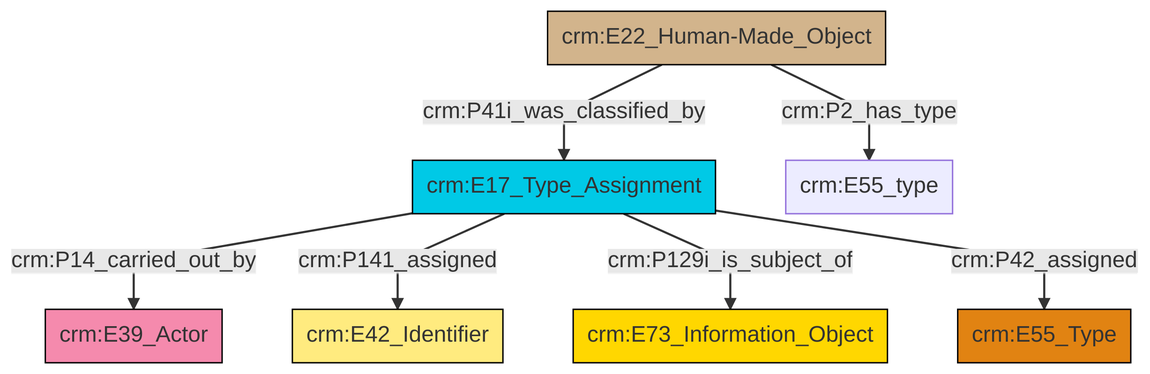
The Mermaid diagram et/builtWorkCSV/ttl/mmd/png/Built_Work_designation_status.png in swiss-art-research-net/reference-data-models, before a commit. Its source is kept beside it as et/builtWorkCSV/ttl/mmd/Built_Work_designation_status.ttl.mmd.
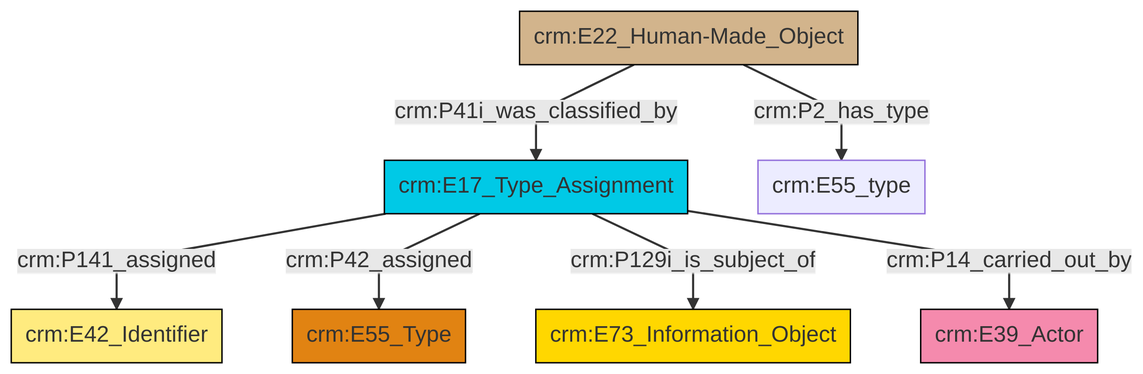
Later version of the same file.

Change to the diagram source:
```diff
@@ -13,9 +13,9 @@
 classDef PC_Classes fill:#4ce600, stroke:#000000;
 classDef Multi fill:#cccccc,stroke:#000000;
 
-0["crm:E17_Type_Assignment"]:::Temporal_Entity -->|crm:P14_carried_out_by| 1["crm:E39_Actor"]:::Actor
-5["crm:E22_Human-Made_Object"]:::Physical_Thing -->|crm:P41i_was_classified_by| 0["crm:E17_Type_Assignment"]:::Temporal_Entity
-0["crm:E17_Type_Assignment"]:::Temporal_Entity -->|crm:P141_assigned| 2["crm:E42_Identifier"]:::Appellation
-0["crm:E17_Type_Assignment"]:::Temporal_Entity -->|crm:P129i_is_subject_of| 9["crm:E73_Information_Object"]:::Conceptual_Object
-0["crm:E17_Type_Assignment"]:::Temporal_Entity -->|crm:P42_assigned| 7["crm:E55_Type"]:::Type
-5["crm:E22_Human-Made_Object"]:::Physical_Thing -->|crm:P2_has_type| 11["crm:E55_type"]:::Default
+2["crm:E17_Type_Assignment"]:::Temporal_Entity -->|crm:P141_assigned| 3["crm:E42_Identifier"]:::Appellation
+2["crm:E17_Type_Assignment"]:::Temporal_Entity -->|crm:P42_assigned| 4["crm:E55_Type"]:::Type
+11["crm:E22_Human-Made_Object"]:::Physical_Thing -->|crm:P2_has_type| 5["crm:E55_type"]:::Default
+11["crm:E22_Human-Made_Object"]:::Physical_Thing -->|crm:P41i_was_classified_by| 2["crm:E17_Type_Assignment"]:::Temporal_Entity
+2["crm:E17_Type_Assignment"]:::Temporal_Entity -->|crm:P129i_is_subject_of| 7["crm:E73_Information_Object"]:::Conceptual_Object
+2["crm:E17_Type_Assignment"]:::Temporal_Entity -->|crm:P14_carried_out_by| 0["crm:E39_Actor"]:::Actor
```
